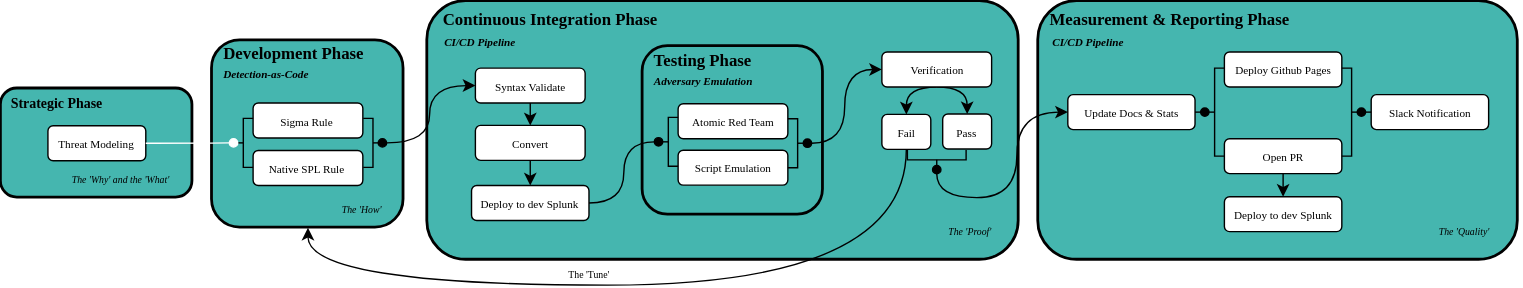
This is docs/architecture/Workflow.drawio.svg from martonbence/Detection-Engineering, a draw.io export, as it was before one commit. Source tidied: cells renumbered, new cells last; positions are measured from the earlier drawing's top-left corner, leaving out a move shared by most shapes.
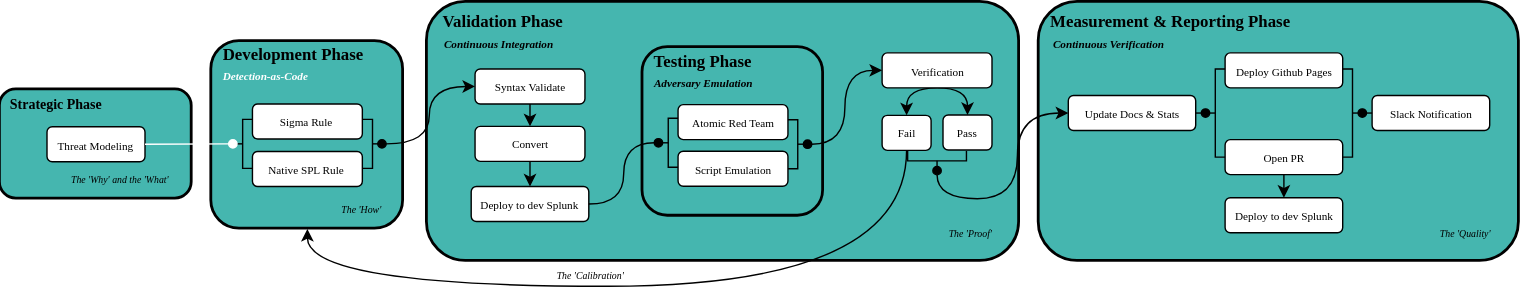
After the change.

Commit message:
docs(architecture): rename workflow diagram box titles for consistency

What changed in the source:
```diff
@@ -2,16 +2,16 @@
   <root>
     <mxCell id="0" />
     <mxCell id="1" parent="0" />
-    <mxCell id="2" value="&lt;div style=&quot;&quot;&gt;&lt;b style=&quot;background-color: transparent;&quot;&gt;&lt;font style=&quot;color: light-dark(rgb(0, 0, 0), rgb(0, 0, 0));&quot;&gt;&amp;nbsp; Measurement &amp;amp; Reporting Phase&lt;/font&gt;&lt;/b&gt;&lt;/div&gt;&lt;div style=&quot;&quot;&gt;&lt;b style=&quot;background-color: transparent;&quot;&gt;&lt;i style=&quot;color: light-dark(rgb(0, 0, 0), rgb(255, 255, 255)); font-size: 8px;&quot;&gt;&amp;nbsp; &amp;nbsp; CI/CD Pipeline&lt;/i&gt;&lt;/b&gt;&lt;/div&gt;&lt;div&gt;&lt;font style=&quot;font-size: 10px;&quot;&gt;&lt;b style=&quot;color: light-dark(rgb(0, 0, 0), rgb(0, 0, 0));&quot;&gt;&lt;i style=&quot;&quot;&gt;&lt;br&gt;&lt;/i&gt;&lt;/b&gt;&lt;/font&gt;&lt;/div&gt;&lt;div&gt;&lt;font&gt;&lt;b style=&quot;color: light-dark(rgb(0, 0, 0), rgb(0, 0, 0));&quot;&gt;&lt;br&gt;&lt;/b&gt;&lt;/font&gt;&lt;/div&gt;&lt;div&gt;&lt;font&gt;&lt;b style=&quot;color: light-dark(rgb(0, 0, 0), rgb(0, 0, 0));&quot;&gt;&lt;br&gt;&lt;/b&gt;&lt;/font&gt;&lt;/div&gt;&lt;div&gt;&lt;br&gt;&lt;/div&gt;&lt;div&gt;&lt;font&gt;&lt;b style=&quot;color: light-dark(rgb(0, 0, 0), rgb(0, 0, 0));&quot;&gt;&lt;br&gt;&lt;/b&gt;&lt;/font&gt;&lt;/div&gt;&lt;div&gt;&lt;font color=&quot;#000000&quot;&gt;&lt;b&gt;&lt;br&gt;&lt;/b&gt;&lt;/font&gt;&lt;div&gt;&lt;font&gt;&lt;br&gt;&lt;/font&gt;&lt;div&gt;&lt;div&gt;&lt;br&gt;&lt;/div&gt;&lt;div&gt;&lt;br&gt;&lt;/div&gt;&lt;div&gt;&lt;br&gt;&lt;/div&gt;&lt;/div&gt;&lt;/div&gt;&lt;/div&gt;" style="rounded=1;whiteSpace=wrap;html=1;fillColor=light-dark(#45B6AF,#D9695A);glass=0;shadow=0;strokeColor=light-dark(#000000,#000000);strokeWidth=2;align=left;fontFamily=Comic Sans MS;" parent="1" vertex="1">
+    <mxCell id="2" value="&lt;div style=&quot;&quot;&gt;&lt;b style=&quot;background-color: transparent;&quot;&gt;&lt;font style=&quot;color: light-dark(rgb(0, 0, 0), rgb(0, 0, 0));&quot;&gt;&amp;nbsp; Measurement &amp;amp; Reporting Phase&lt;/font&gt;&lt;/b&gt;&lt;/div&gt;&lt;div style=&quot;&quot;&gt;&lt;b style=&quot;background-color: transparent;&quot;&gt;&lt;i style=&quot;color: light-dark(rgb(0, 0, 0), rgb(255, 255, 255)); font-size: 8px;&quot;&gt;&amp;nbsp; &amp;nbsp; Continuous Verification&lt;/i&gt;&lt;/b&gt;&lt;/div&gt;&lt;div&gt;&lt;font style=&quot;font-size: 10px;&quot;&gt;&lt;b style=&quot;color: light-dark(rgb(0, 0, 0), rgb(0, 0, 0));&quot;&gt;&lt;i style=&quot;&quot;&gt;&lt;br&gt;&lt;/i&gt;&lt;/b&gt;&lt;/font&gt;&lt;/div&gt;&lt;div&gt;&lt;font&gt;&lt;b style=&quot;color: light-dark(rgb(0, 0, 0), rgb(0, 0, 0));&quot;&gt;&lt;br&gt;&lt;/b&gt;&lt;/font&gt;&lt;/div&gt;&lt;div&gt;&lt;font&gt;&lt;b style=&quot;color: light-dark(rgb(0, 0, 0), rgb(0, 0, 0));&quot;&gt;&lt;br&gt;&lt;/b&gt;&lt;/font&gt;&lt;/div&gt;&lt;div&gt;&lt;br&gt;&lt;/div&gt;&lt;div&gt;&lt;font&gt;&lt;b style=&quot;color: light-dark(rgb(0, 0, 0), rgb(0, 0, 0));&quot;&gt;&lt;br&gt;&lt;/b&gt;&lt;/font&gt;&lt;/div&gt;&lt;div&gt;&lt;font color=&quot;#000000&quot;&gt;&lt;b&gt;&lt;br&gt;&lt;/b&gt;&lt;/font&gt;&lt;div&gt;&lt;font&gt;&lt;br&gt;&lt;/font&gt;&lt;div&gt;&lt;div&gt;&lt;br&gt;&lt;/div&gt;&lt;div&gt;&lt;br&gt;&lt;/div&gt;&lt;div&gt;&lt;br&gt;&lt;/div&gt;&lt;/div&gt;&lt;/div&gt;&lt;/div&gt;" style="rounded=1;whiteSpace=wrap;html=1;fillColor=light-dark(#45B6AF,#D9695A);glass=0;shadow=0;strokeColor=light-dark(#000000,#000000);strokeWidth=2;align=left;fontFamily=Comic Sans MS;" parent="1" vertex="1">
       <mxGeometry x="742" width="343" height="185" as="geometry" />
     </mxCell>
-    <mxCell id="3" value="&lt;div style=&quot;&quot;&gt;&lt;font&gt;&lt;b style=&quot;color: light-dark(rgb(0, 0, 0), rgb(0, 0, 0));&quot;&gt;&amp;nbsp; &amp;nbsp;Continuous Integration Phase&lt;/b&gt;&lt;/font&gt;&lt;/div&gt;&lt;div&gt;&lt;font style=&quot;font-size: 8px;&quot;&gt;&lt;b style=&quot;&quot;&gt;&lt;i style=&quot;color: light-dark(rgb(0, 0, 0), rgb(255, 255, 255));&quot;&gt;&amp;nbsp; &amp;nbsp; &amp;nbsp;CI/CD Pipeline&lt;/i&gt;&lt;/b&gt;&lt;/font&gt;&lt;/div&gt;&lt;div&gt;&lt;font style=&quot;font-size: 10px;&quot;&gt;&lt;b style=&quot;color: light-dark(rgb(0, 0, 0), rgb(0, 0, 0));&quot;&gt;&lt;i style=&quot;&quot;&gt;&lt;br&gt;&lt;/i&gt;&lt;/b&gt;&lt;/font&gt;&lt;/div&gt;&lt;div&gt;&lt;font&gt;&lt;b style=&quot;color: light-dark(rgb(0, 0, 0), rgb(0, 0, 0));&quot;&gt;&lt;br&gt;&lt;/b&gt;&lt;/font&gt;&lt;/div&gt;&lt;div&gt;&lt;font&gt;&lt;b style=&quot;color: light-dark(rgb(0, 0, 0), rgb(0, 0, 0));&quot;&gt;&lt;br&gt;&lt;/b&gt;&lt;/font&gt;&lt;/div&gt;&lt;div&gt;&lt;br&gt;&lt;/div&gt;&lt;div&gt;&lt;font&gt;&lt;b style=&quot;color: light-dark(rgb(0, 0, 0), rgb(0, 0, 0));&quot;&gt;&lt;br&gt;&lt;/b&gt;&lt;/font&gt;&lt;/div&gt;&lt;div&gt;&lt;font color=&quot;#000000&quot;&gt;&lt;b&gt;&lt;br&gt;&lt;/b&gt;&lt;/font&gt;&lt;div&gt;&lt;font&gt;&lt;br&gt;&lt;/font&gt;&lt;div&gt;&lt;div&gt;&lt;br&gt;&lt;/div&gt;&lt;div&gt;&lt;br&gt;&lt;/div&gt;&lt;div&gt;&lt;br&gt;&lt;/div&gt;&lt;/div&gt;&lt;/div&gt;&lt;/div&gt;" style="rounded=1;whiteSpace=wrap;html=1;fillColor=light-dark(#45B6AF,#5CA2E4);glass=0;shadow=0;strokeColor=light-dark(#000000,#000000);strokeWidth=2;align=left;fontFamily=Comic Sans MS;" parent="1" vertex="1">
+    <mxCell id="3" value="&lt;div style=&quot;&quot;&gt;&lt;font&gt;&lt;b style=&quot;color: light-dark(rgb(0, 0, 0), rgb(0, 0, 0));&quot;&gt;&amp;nbsp; &amp;nbsp;Validation Phase&lt;/b&gt;&lt;/font&gt;&lt;/div&gt;&lt;div&gt;&lt;font style=&quot;font-size: 8px;&quot;&gt;&lt;b style=&quot;&quot;&gt;&lt;i style=&quot;color: light-dark(rgb(0, 0, 0), rgb(255, 255, 255));&quot;&gt;&amp;nbsp; &amp;nbsp; &amp;nbsp;Continuous Integration&lt;/i&gt;&lt;/b&gt;&lt;/font&gt;&lt;/div&gt;&lt;div&gt;&lt;font style=&quot;font-size: 10px;&quot;&gt;&lt;b style=&quot;color: light-dark(rgb(0, 0, 0), rgb(0, 0, 0));&quot;&gt;&lt;i style=&quot;&quot;&gt;&lt;br&gt;&lt;/i&gt;&lt;/b&gt;&lt;/font&gt;&lt;/div&gt;&lt;div&gt;&lt;font&gt;&lt;b style=&quot;color: light-dark(rgb(0, 0, 0), rgb(0, 0, 0));&quot;&gt;&lt;br&gt;&lt;/b&gt;&lt;/font&gt;&lt;/div&gt;&lt;div&gt;&lt;font&gt;&lt;b style=&quot;color: light-dark(rgb(0, 0, 0), rgb(0, 0, 0));&quot;&gt;&lt;br&gt;&lt;/b&gt;&lt;/font&gt;&lt;/div&gt;&lt;div&gt;&lt;br&gt;&lt;/div&gt;&lt;div&gt;&lt;font&gt;&lt;b style=&quot;color: light-dark(rgb(0, 0, 0), rgb(0, 0, 0));&quot;&gt;&lt;br&gt;&lt;/b&gt;&lt;/font&gt;&lt;/div&gt;&lt;div&gt;&lt;font color=&quot;#000000&quot;&gt;&lt;b&gt;&lt;br&gt;&lt;/b&gt;&lt;/font&gt;&lt;div&gt;&lt;font&gt;&lt;br&gt;&lt;/font&gt;&lt;div&gt;&lt;div&gt;&lt;br&gt;&lt;/div&gt;&lt;div&gt;&lt;br&gt;&lt;/div&gt;&lt;div&gt;&lt;br&gt;&lt;/div&gt;&lt;/div&gt;&lt;/div&gt;&lt;/div&gt;" style="rounded=1;whiteSpace=wrap;html=1;fillColor=light-dark(#45B6AF,#5CA2E4);glass=0;shadow=0;strokeColor=light-dark(#000000,#000000);strokeWidth=2;align=left;fontFamily=Comic Sans MS;" parent="1" vertex="1">
       <mxGeometry x="305" width="423" height="185" as="geometry" />
     </mxCell>
     <mxCell id="4" value="&lt;h5 style=&quot;&quot;&gt;&lt;font style=&quot;color: light-dark(rgb(0, 0, 0), rgb(0, 0, 0));&quot;&gt;&lt;b&gt;&amp;nbsp; Strategic Phase&lt;/b&gt;&lt;/font&gt;&lt;/h5&gt;&lt;div&gt;&lt;font style=&quot;color: light-dark(rgb(0, 0, 0), rgb(0, 0, 0));&quot;&gt;&lt;b&gt;&lt;br&gt;&lt;/b&gt;&lt;/font&gt;&lt;/div&gt;&lt;div&gt;&lt;font style=&quot;color: light-dark(rgb(0, 0, 0), rgb(0, 0, 0));&quot;&gt;&lt;b&gt;&lt;br&gt;&lt;/b&gt;&lt;/font&gt;&lt;/div&gt;&lt;div&gt;&lt;font style=&quot;color: light-dark(rgb(0, 0, 0), rgb(0, 0, 0));&quot;&gt;&lt;b&gt;&lt;br&gt;&lt;/b&gt;&lt;/font&gt;&lt;/div&gt;&lt;div&gt;&lt;div&gt;&lt;div style=&quot;text-align: right;&quot;&gt;&lt;br&gt;&lt;/div&gt;&lt;/div&gt;&lt;/div&gt;" style="rounded=1;whiteSpace=wrap;html=1;fillColor=#45B6AF;glass=0;shadow=0;strokeColor=light-dark(#000000,#000000);strokeWidth=2;align=left;fontFamily=Comic Sans MS;" parent="1" vertex="1">
       <mxGeometry y="62.5" width="137" height="78" as="geometry" />
     </mxCell>
-    <mxCell id="5" value="&lt;p&gt;&lt;span style=&quot;color: light-dark(rgb(0, 0, 0), rgb(0, 0, 0)); line-height: 100%;&quot;&gt;&lt;font style=&quot;font-size: 8px;&quot;&gt;Threat Modeling&lt;/font&gt;&lt;/span&gt;&lt;/p&gt;" style="rounded=1;whiteSpace=wrap;html=1;imageVerticalAlign=top;strokeColor=light-dark(#000000,#000000);fillColor=light-dark(#FFFFFF,#FFBD59);strokeWidth=1;fontFamily=Comic Sans MS;" parent="1" vertex="1">
+    <mxCell id="5" value="&lt;p&gt;&lt;span style=&quot;color: light-dark(rgb(0, 0, 0), rgb(0, 0, 0)); line-height: 100%;&quot;&gt;&lt;font style=&quot;font-size: 8px;&quot;&gt;Threat Modeling&lt;/font&gt;&lt;/span&gt;&lt;/p&gt;" style="rounded=1;whiteSpace=wrap;html=1;imageVerticalAlign=top;strokeColor=light-dark(#000000,#000000);fillColor=light-dark(#FFFFFF,#FFBD59);strokeWidth=1;fontFamily=Comic Sans MS;verticalAlign=middle;" parent="1" vertex="1">
       <mxGeometry x="33.5" y="89" width="70" height="25" as="geometry" />
     </mxCell>
     <mxCell id="6" value="&lt;p&gt;&lt;span style=&quot;color: light-dark(rgb(0, 0, 0), rgb(0, 0, 0)); line-height: 100%;&quot;&gt;&lt;font style=&quot;font-size: 8px;&quot;&gt;Deploy to dev Splunk&lt;/font&gt;&lt;/span&gt;&lt;/p&gt;" style="rounded=1;whiteSpace=wrap;html=1;imageVerticalAlign=top;strokeColor=light-dark(#000000,#000000);fillColor=light-dark(#FFFFFF,#FFBD59);strokeWidth=1;fontFamily=Comic Sans MS;" parent="1" vertex="1">
@@ -32,7 +32,7 @@
     <mxCell id="11" value="&lt;div&gt;&lt;font&gt;&lt;b style=&quot;color: light-dark(rgb(0, 0, 0), rgb(0, 0, 0));&quot;&gt;&amp;nbsp; Testing Phase&lt;/b&gt;&lt;/font&gt;&lt;/div&gt;&lt;div&gt;&lt;font color=&quot;#000000&quot; style=&quot;font-size: 8px;&quot;&gt;&lt;b style=&quot;&quot;&gt;&lt;i style=&quot;&quot;&gt;&amp;nbsp; &amp;nbsp;Adversary Emulation&lt;/i&gt;&lt;/b&gt;&lt;/font&gt;&lt;/div&gt;&lt;div&gt;&lt;font color=&quot;#000000&quot;&gt;&lt;b&gt;&lt;br&gt;&lt;/b&gt;&lt;/font&gt;&lt;div&gt;&lt;font&gt;&lt;br&gt;&lt;/font&gt;&lt;div&gt;&lt;div&gt;&lt;br&gt;&lt;/div&gt;&lt;div&gt;&lt;br&gt;&lt;/div&gt;&lt;div&gt;&lt;br&gt;&lt;/div&gt;&lt;/div&gt;&lt;/div&gt;&lt;/div&gt;&lt;div&gt;&lt;br&gt;&lt;/div&gt;" style="rounded=1;whiteSpace=wrap;html=1;fillColor=light-dark(#45B6AF,#A799E8);glass=0;shadow=0;strokeColor=light-dark(#000000,#000000);strokeWidth=2;align=left;fontFamily=Comic Sans MS;" parent="1" vertex="1">
       <mxGeometry x="459" y="32.2" width="129" height="120.5" as="geometry" />
     </mxCell>
-    <mxCell id="12" value="&lt;font&gt;&lt;b style=&quot;color: light-dark(rgb(0, 0, 0), rgb(0, 0, 0));&quot;&gt;&amp;nbsp; Development Phase&lt;/b&gt;&lt;/font&gt;&lt;div&gt;&lt;font style=&quot;font-size: 8px;&quot;&gt;&lt;b&gt;&lt;i style=&quot;color: light-dark(rgb(0, 0, 0), rgb(0, 0, 0));&quot;&gt;&amp;nbsp; &amp;nbsp;Detection-as-Code&lt;/i&gt;&lt;/b&gt;&lt;/font&gt;&lt;/div&gt;&lt;div&gt;&lt;font style=&quot;font-size: 8px;&quot;&gt;&lt;b&gt;&lt;i style=&quot;color: light-dark(rgb(0, 0, 0), rgb(0, 0, 0));&quot;&gt;&lt;br&gt;&lt;/i&gt;&lt;/b&gt;&lt;/font&gt;&lt;div&gt;&lt;font&gt;&lt;b style=&quot;color: light-dark(rgb(0, 0, 0), rgb(0, 0, 0));&quot;&gt;&lt;br&gt;&lt;/b&gt;&lt;/font&gt;&lt;/div&gt;&lt;div&gt;&lt;font&gt;&lt;b style=&quot;color: light-dark(rgb(0, 0, 0), rgb(0, 0, 0));&quot;&gt;&lt;br&gt;&lt;/b&gt;&lt;/font&gt;&lt;div&gt;&lt;font style=&quot;color: light-dark(rgb(0, 0, 0), rgb(0, 0, 0));&quot;&gt;&lt;br&gt;&lt;/font&gt;&lt;div&gt;&lt;div&gt;&lt;span style=&quot;color: light-dark(rgb(0, 0, 0), rgb(0, 0, 0));&quot;&gt;&lt;br&gt;&lt;/span&gt;&lt;/div&gt;&lt;div&gt;&lt;span style=&quot;color: light-dark(rgb(0, 0, 0), rgb(0, 0, 0));&quot;&gt;&lt;br&gt;&lt;/span&gt;&lt;/div&gt;&lt;div&gt;&lt;br&gt;&lt;/div&gt;&lt;/div&gt;&lt;/div&gt;&lt;/div&gt;&lt;/div&gt;" style="rounded=1;whiteSpace=wrap;html=1;fillColor=light-dark(#45B6AF,#5CA2E4);glass=0;shadow=0;strokeColor=light-dark(#000000,#000000);strokeWidth=2;align=left;fontFamily=Comic Sans MS;fontColor=light-dark(#000000,#67B7FF);" parent="1" vertex="1">
+    <mxCell id="12" value="&lt;font&gt;&lt;b style=&quot;color: light-dark(rgb(0, 0, 0), rgb(0, 0, 0));&quot;&gt;&amp;nbsp; Development Phase&lt;/b&gt;&lt;/font&gt;&lt;div&gt;&lt;font style=&quot;font-size: 8px;&quot;&gt;&lt;b&gt;&lt;i style=&quot;color: light-dark(rgb(255, 255, 255), rgb(255, 255, 255));&quot;&gt;&amp;nbsp; &amp;nbsp;Detection-as-Code&lt;/i&gt;&lt;/b&gt;&lt;/font&gt;&lt;/div&gt;&lt;div&gt;&lt;font style=&quot;font-size: 8px;&quot;&gt;&lt;b&gt;&lt;i style=&quot;color: light-dark(rgb(0, 0, 0), rgb(0, 0, 0));&quot;&gt;&lt;br&gt;&lt;/i&gt;&lt;/b&gt;&lt;/font&gt;&lt;div&gt;&lt;font&gt;&lt;b style=&quot;color: light-dark(rgb(0, 0, 0), rgb(0, 0, 0));&quot;&gt;&lt;br&gt;&lt;/b&gt;&lt;/font&gt;&lt;/div&gt;&lt;div&gt;&lt;font&gt;&lt;b style=&quot;color: light-dark(rgb(0, 0, 0), rgb(0, 0, 0));&quot;&gt;&lt;br&gt;&lt;/b&gt;&lt;/font&gt;&lt;div&gt;&lt;font style=&quot;color: light-dark(rgb(0, 0, 0), rgb(0, 0, 0));&quot;&gt;&lt;br&gt;&lt;/font&gt;&lt;div&gt;&lt;div&gt;&lt;span style=&quot;color: light-dark(rgb(0, 0, 0), rgb(0, 0, 0));&quot;&gt;&lt;br&gt;&lt;/span&gt;&lt;/div&gt;&lt;div&gt;&lt;span style=&quot;color: light-dark(rgb(0, 0, 0), rgb(0, 0, 0));&quot;&gt;&lt;br&gt;&lt;/span&gt;&lt;/div&gt;&lt;div&gt;&lt;br&gt;&lt;/div&gt;&lt;/div&gt;&lt;/div&gt;&lt;/div&gt;&lt;/div&gt;" style="rounded=1;whiteSpace=wrap;html=1;fillColor=light-dark(#45B6AF,#5CA2E4);glass=0;shadow=0;strokeColor=light-dark(#000000,#000000);strokeWidth=2;align=left;fontFamily=Comic Sans MS;fontColor=light-dark(#000000,#67B7FF);" parent="1" vertex="1">
       <mxGeometry x="151" y="28" width="137" height="134" as="geometry" />
     </mxCell>
     <mxCell id="13" value="&lt;p&gt;&lt;span style=&quot;color: light-dark(rgb(0, 0, 0), rgb(0, 0, 0)); line-height: 100%;&quot;&gt;&lt;font style=&quot;font-size: 8px;&quot;&gt;Native SPL Rule&amp;nbsp;&lt;/font&gt;&lt;/span&gt;&lt;/p&gt;" style="rounded=1;whiteSpace=wrap;html=1;imageVerticalAlign=top;strokeColor=light-dark(#000000,#000000);fillColor=light-dark(#FFFFFF,#FFBD59);strokeWidth=1;fontFamily=Comic Sans MS;" parent="1" vertex="1">
@@ -64,7 +64,7 @@
         </Array>
       </mxGeometry>
     </mxCell>
-    <mxCell id="21" value="The 'Tune'" style="edgeLabel;html=1;align=center;verticalAlign=middle;fontFamily=Comic Sans MS;labelBackgroundColor=none;fontSize=7;" parent="20" vertex="1">
+    <mxCell id="21" value="The 'Calibration'" style="edgeLabel;html=1;align=center;verticalAlign=middle;fontFamily=Comic Sans MS;labelBackgroundColor=none;fontSize=7;textShadow=0;labelBorderColor=none;fontStyle=2;" parent="20" vertex="1">
       <mxGeometry x="0.13" y="-1" relative="1" as="geometry">
         <mxPoint x="-5" y="-6" as="offset" />
       </mxGeometry>
@@ -137,16 +137,16 @@
     <mxCell id="43" style="edgeStyle=orthogonalEdgeStyle;rounded=0;jettySize=auto;html=1;exitX=0;exitY=0.5;exitDx=0;exitDy=0;entryX=0;entryY=0.5;entryDx=0;entryDy=0;entryPerimeter=0;endArrow=oval;endFill=1;fontFamily=Comic Sans MS;" parent="1" edge="1" source="42" target="41">
       <mxGeometry relative="1" as="geometry" />
     </mxCell>
-    <mxCell id="44" value="&lt;span style=&quot;font-style: italic; text-align: right;&quot;&gt;The 'Why' and the 'What'&lt;/span&gt;" style="rounded=1;whiteSpace=wrap;html=1;fontSize=7;strokeWidth=0;fillColor=none;strokeColor=none;shadow=0;glass=0;fontColor=light-dark(#000000,#000000);fontFamily=Comic Sans MS;" parent="1" vertex="1">
+    <mxCell id="44" value="&lt;span style=&quot;text-align: right;&quot;&gt;The 'Why' and the 'What'&lt;/span&gt;" style="rounded=1;whiteSpace=wrap;html=1;fontSize=7;strokeWidth=0;fillColor=none;strokeColor=none;shadow=0;glass=0;fontColor=light-dark(#000000,#000000);fontFamily=Comic Sans MS;horizontal=1;fontStyle=2;" parent="1" vertex="1">
       <mxGeometry x="40.5" y="124.5" width="91" height="7.2" as="geometry" />
     </mxCell>
-    <mxCell id="45" value="&lt;span style=&quot;font-style: italic; text-align: right;&quot;&gt;The 'How'&lt;/span&gt;" style="rounded=1;whiteSpace=wrap;html=1;fontSize=7;strokeWidth=0;fillColor=none;strokeColor=none;shadow=0;glass=0;fontColor=light-dark(#000000,#000000);fontFamily=Comic Sans MS;" parent="1" vertex="1">
+    <mxCell id="45" value="&lt;span style=&quot;text-align: right;&quot;&gt;The 'How'&lt;/span&gt;" style="rounded=1;whiteSpace=wrap;html=1;fontSize=7;strokeWidth=0;fillColor=none;strokeColor=none;shadow=0;glass=0;fontColor=light-dark(#000000,#000000);fontFamily=Comic Sans MS;fontStyle=2;" parent="1" vertex="1">
       <mxGeometry x="237.2" y="145.5" width="42" height="7.2" as="geometry" />
     </mxCell>
-    <mxCell id="46" value="&lt;span style=&quot;font-style: italic; text-align: right;&quot;&gt;The 'Proof'&lt;/span&gt;" style="rounded=1;whiteSpace=wrap;html=1;fontSize=7;strokeWidth=0;fillColor=none;strokeColor=none;shadow=0;glass=0;fontColor=light-dark(#000000,#000000);fontFamily=Comic Sans MS;" parent="1" vertex="1">
+    <mxCell id="46" value="&lt;span style=&quot;text-align: right;&quot;&gt;The 'Proof'&lt;/span&gt;" style="rounded=1;whiteSpace=wrap;html=1;fontSize=7;strokeWidth=0;fillColor=none;strokeColor=none;shadow=0;glass=0;fontColor=light-dark(#000000,#000000);fontFamily=Comic Sans MS;fontStyle=2;" parent="1" vertex="1">
       <mxGeometry x="672" y="162" width="42" height="7.2" as="geometry" />
     </mxCell>
-    <mxCell id="47" value="&lt;span style=&quot;font-style: italic; text-align: right;&quot;&gt;The 'Quality'&lt;/span&gt;" style="rounded=1;whiteSpace=wrap;html=1;fontSize=7;strokeWidth=0;fillColor=none;strokeColor=none;shadow=0;glass=0;fontColor=light-dark(#000000,#000000);fontFamily=Comic Sans MS;" parent="1" vertex="1">
+    <mxCell id="47" value="&lt;span style=&quot;text-align: right;&quot;&gt;The 'Quality'&lt;/span&gt;" style="rounded=1;whiteSpace=wrap;html=1;fontSize=7;strokeWidth=0;fillColor=none;strokeColor=none;shadow=0;glass=0;fontColor=light-dark(#000000,#000000);fontFamily=Comic Sans MS;fontStyle=2;" parent="1" vertex="1">
       <mxGeometry x="1022" y="162" width="49" height="7.2" as="geometry" />
     </mxCell>
   </root>
```
